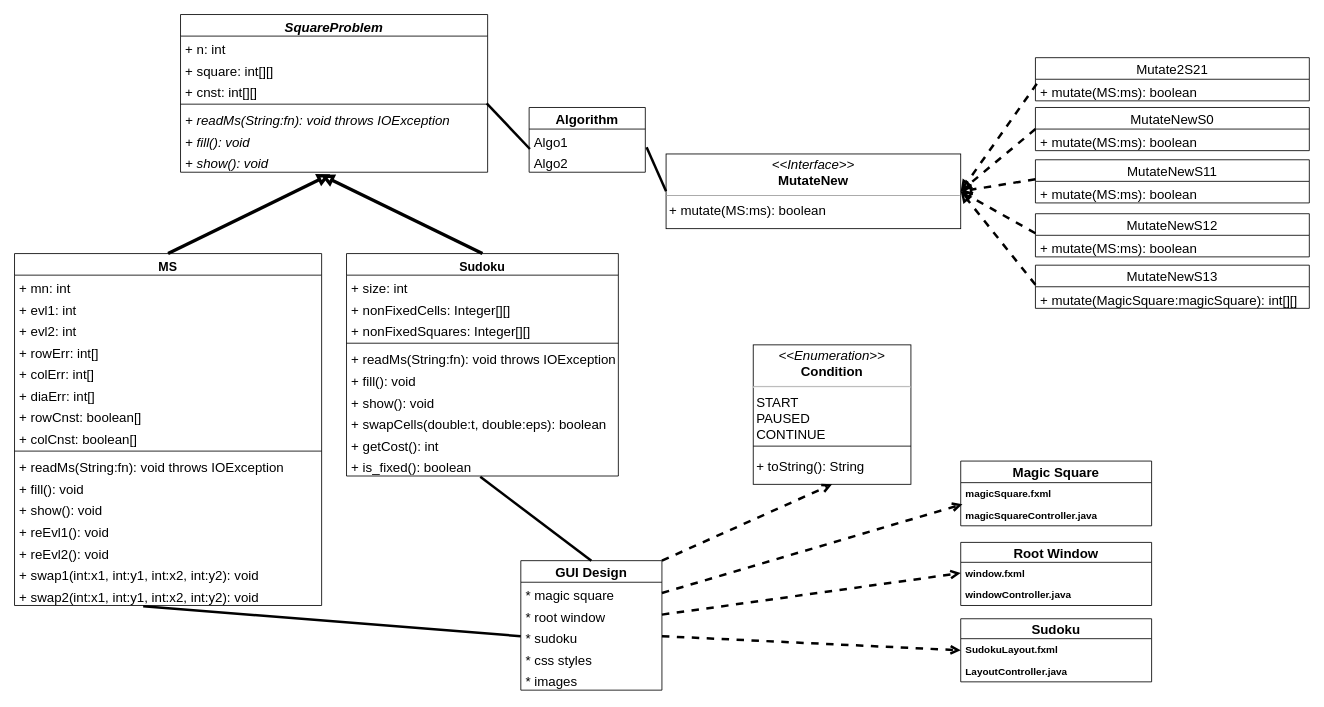
This is UML-CS209.drawio from CharlotteE67/CharlotteE67.github.io, a draw.io file, before an edit. Source tidied: cells renumbered, new cells numbered last; positions are measured from the earlier drawing's top-left corner, leaving out a move shared by most shapes. Both pictures are drawn from the tidied source at 83%, with x=0, y=0 at pixel (14, 14).
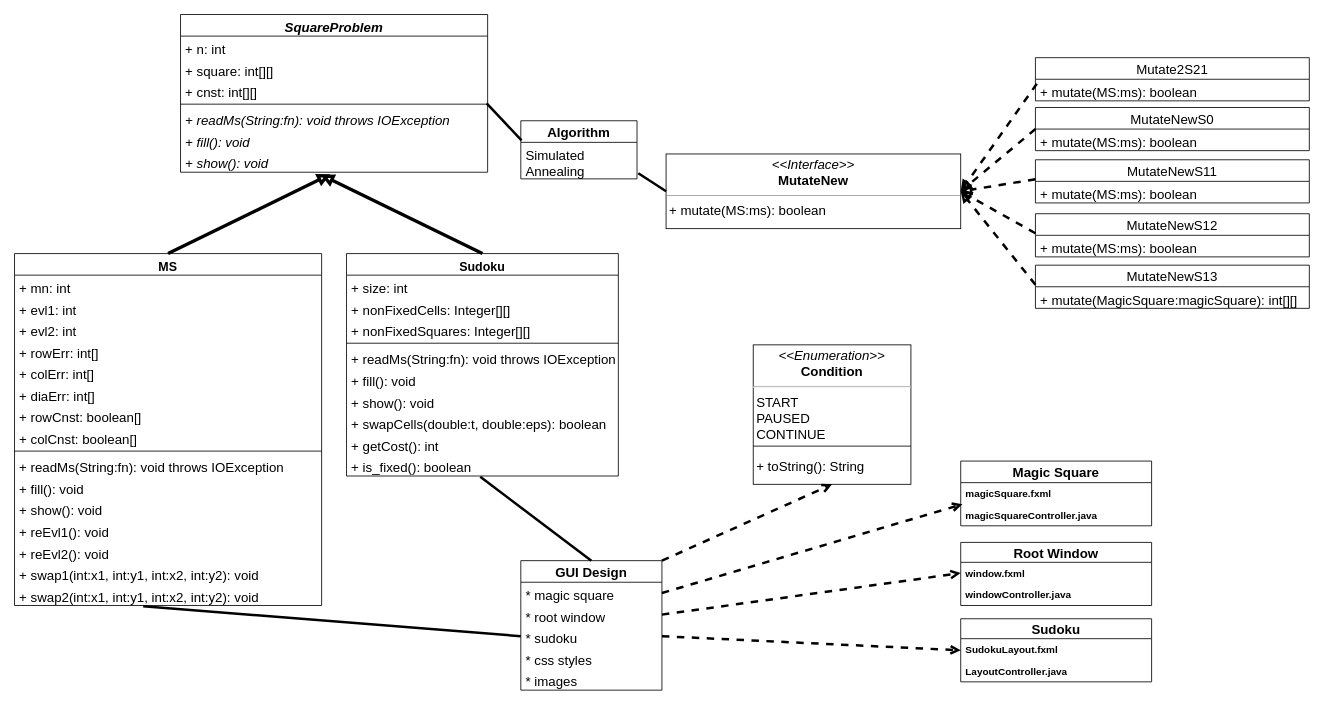
The same diagram, later.

The change refers to these unchanged cells:
```xml
<mxCell id="5" value="+ cnst: int[][]" style="text;strokeColor=none;fillColor=none;align=left;verticalAlign=top;spacingLeft=4;spacingRight=4;overflow=hidden;points=[[0,0.5],[1,0.5]];portConstraint=eastwest;fontSize=16;" parent="2" vertex="1">
  <mxGeometry y="78" width="370" height="26" as="geometry" />
</mxCell>
```

The edit, as a diff of the source:
```diff
@@
     <mxCell id="59" value="Algorithm" style="swimlane;fontStyle=1;horizontal=1;startSize=26;fontSize=16;" parent="1" vertex="1">
-      <mxGeometry x="620" y="112" width="140" height="78" as="geometry" />
+      <mxGeometry x="610" y="128" width="140" height="70" as="geometry" />
     </mxCell>
-    <mxCell id="60" value="Algo1" style="text;strokeColor=none;fillColor=none;align=left;verticalAlign=top;spacingLeft=4;spacingRight=4;overflow=hidden;points=[[0,0.5],[1,0.5]];portConstraint=eastwest;fontSize=16;" parent="59" vertex="1">
-      <mxGeometry y="26" width="140" height="26" as="geometry" />
+    <mxCell id="60" value="Simulated &#10;Annealing" style="text;strokeColor=none;fillColor=none;align=left;verticalAlign=top;spacingLeft=4;spacingRight=4;overflow=hidden;points=[[0,0.5],[1,0.5]];portConstraint=eastwest;fontSize=16;" parent="59" vertex="1">
+      <mxGeometry y="26" width="140" height="44" as="geometry" />
     </mxCell>
-    <mxCell id="61" value="Algo2" style="text;strokeColor=none;fillColor=none;align=left;verticalAlign=top;spacingLeft=4;spacingRight=4;overflow=hidden;points=[[0,0.5],[1,0.5]];portConstraint=eastwest;fontSize=16;" parent="59" vertex="1">
-      <mxGeometry y="52" width="140" height="26" as="geometry" />
-    </mxCell>
@@
-    <mxCell id="63" style="endArrow=none;html=1;fontSize=16;entryX=0.007;entryY=-0.077;entryDx=0;entryDy=0;entryPerimeter=0;exitX=0.997;exitY=1.115;exitDx=0;exitDy=0;exitPerimeter=0;strokeWidth=3;" parent="1" edge="1" source="5" target="61">
+    <mxCell id="63" style="endArrow=none;html=1;fontSize=16;entryX=0.006;entryY=-0.054;entryDx=0;entryDy=0;entryPerimeter=0;exitX=0.997;exitY=1.115;exitDx=0;exitDy=0;exitPerimeter=0;strokeWidth=3;" parent="1" edge="1" source="5" target="60">
       <mxGeometry relative="1" as="geometry" />
     </mxCell>
```
